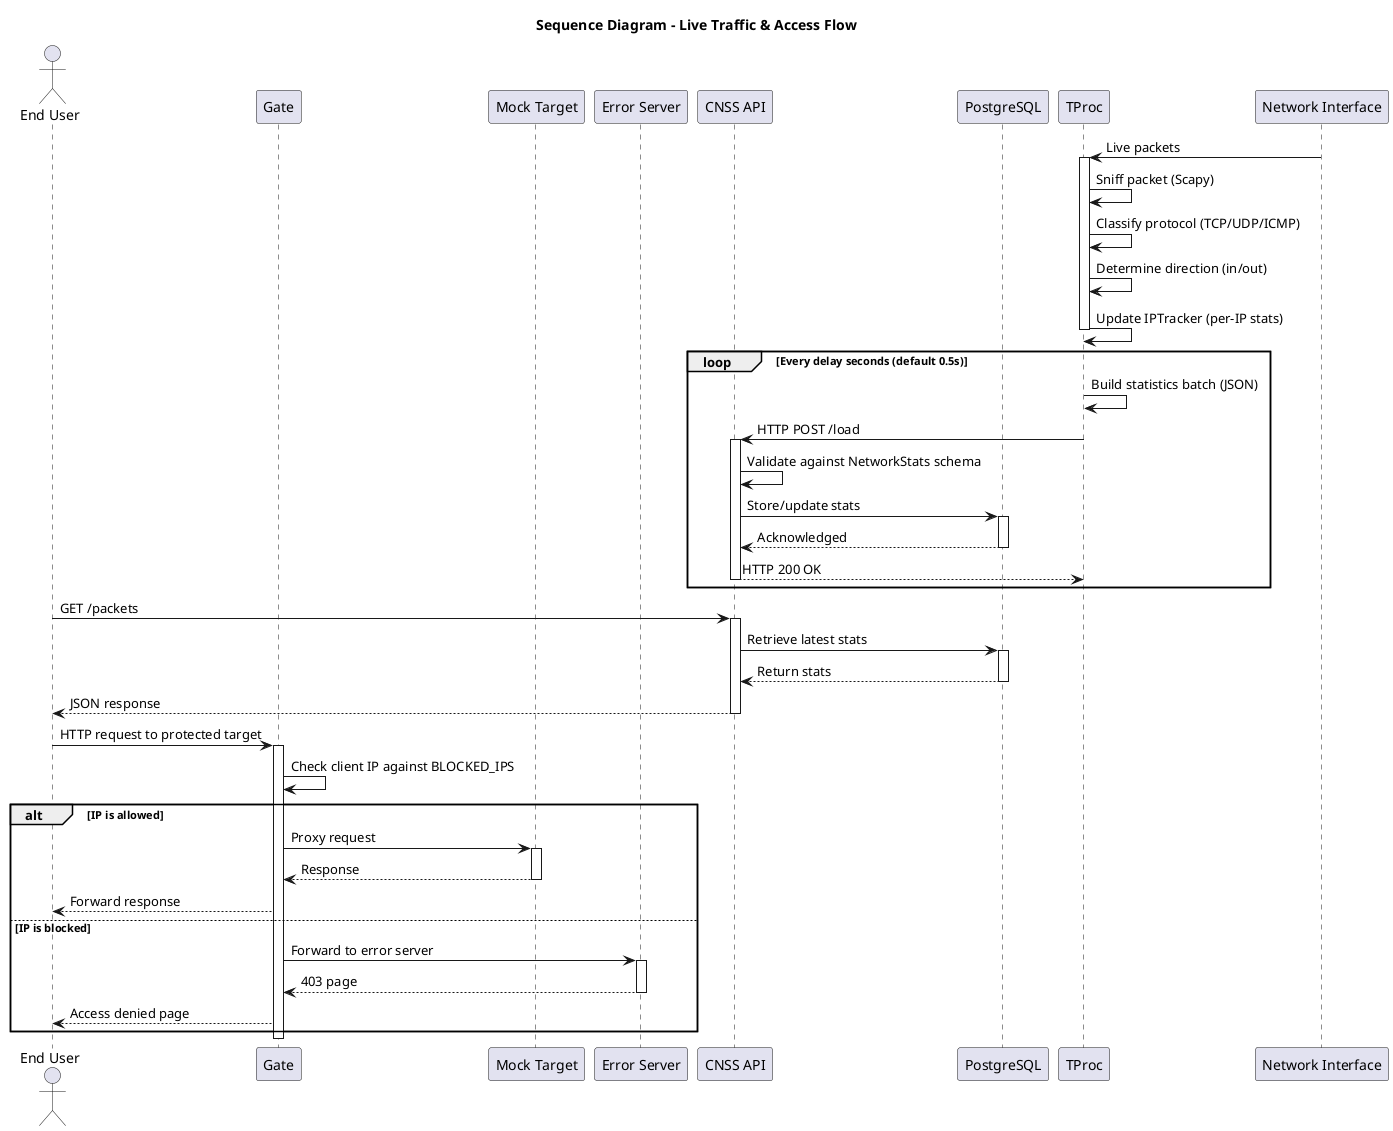
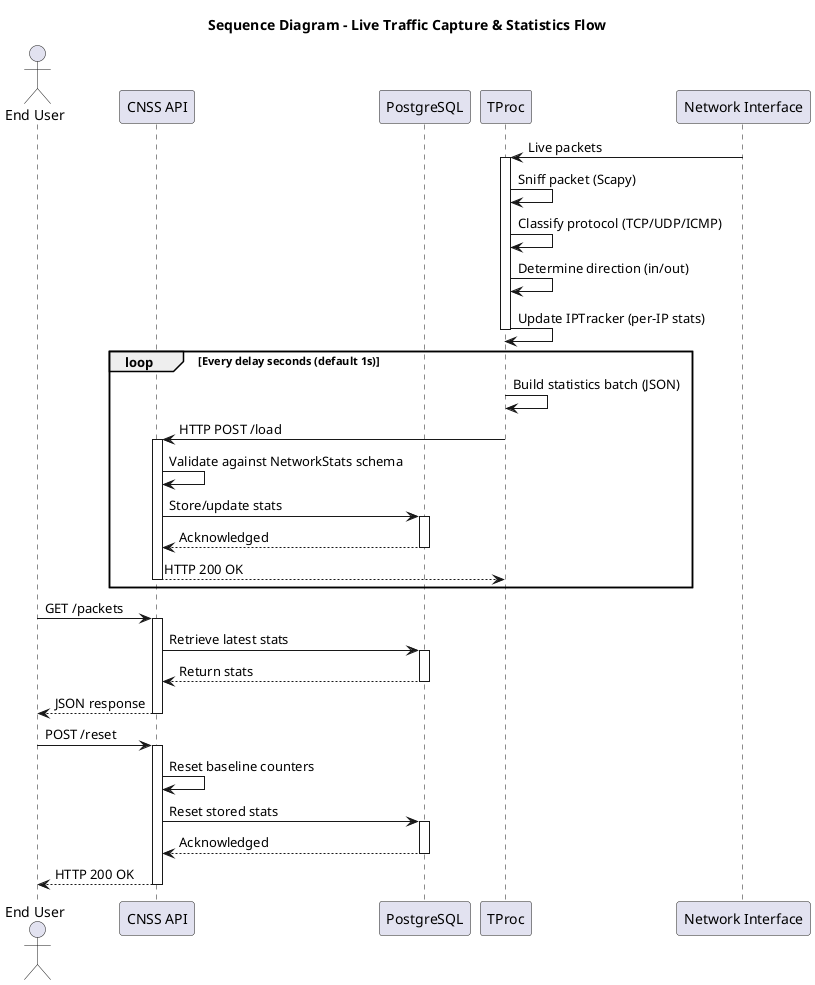
@startuml
- ' Dynamic View – Live Traffic & Access Flow
+ ' Dynamic View – Live Traffic Capture & Statistics Flow

- title Sequence Diagram – Live Traffic & Access Flow
+ title Sequence Diagram – Live Traffic Capture & Statistics Flow

actor "End User" as user
- participant "Gate" as gate
- participant "Mock Target" as target
- participant "Error Server" as error
participant "CNSS API" as api
participant "PostgreSQL" as db
participant "TProc" as tp
participant "Network Interface" as net

net -> tp: Live packets
activate tp
tp -> tp: Sniff packet (Scapy)
tp -> tp: Classify protocol (TCP/UDP/ICMP)
tp -> tp: Determine direction (in/out)
tp -> tp: Update IPTracker (per-IP stats)
deactivate tp

- loop Every delay seconds (default 0.5s)
+ loop Every delay seconds (default 1s)
    tp -> tp: Build statistics batch (JSON)
    tp -> api: HTTP POST /load
    activate api
    api -> api: Validate against NetworkStats schema
    api -> db: Store/update stats
    activate db
    db --> api: Acknowledged
    deactivate db
    api --> tp: HTTP 200 OK
    deactivate api
end

user -> api: GET /packets
activate api
api -> db: Retrieve latest stats
activate db
db --> api: Return stats
deactivate db
api --> user: JSON response
deactivate api

- user -> gate: HTTP request to protected target
- activate gate
- gate -> gate: Check client IP against BLOCKED_IPS
- 
- alt IP is allowed
-     gate -> target: Proxy request
-     activate target
-     target --> gate: Response
-     deactivate target
-     gate --> user: Forward response
- else IP is blocked
-     gate -> error: Forward to error server
-     activate error
-     error --> gate: 403 page
-     deactivate error
-     gate --> user: Access denied page
- end
- deactivate gate
+ user -> api: POST /reset
+ activate api
+ api -> api: Reset baseline counters
+ api -> db: Reset stored stats
+ activate db
+ db --> api: Acknowledged
+ deactivate db
+ api --> user: HTTP 200 OK
+ deactivate api

@enduml
